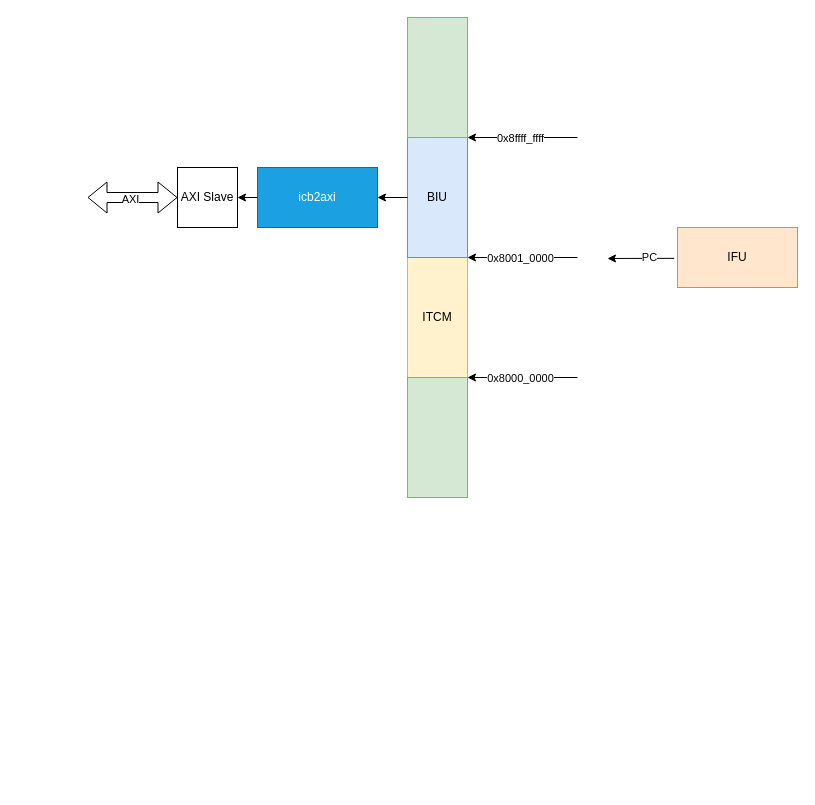
ZPNMiaoHeng/drawioFolder keeps this draw.io diagram as page "第 6 页" (6 of 6) of 五级流水.drawio. Above is the earlier version. Source tidied: cells renumbered, new cells numbered last; positions are measured from the earlier drawing's top-left corner, leaving out a move shared by most shapes. Both pictures are drawn from the tidied source at 100%, with x=0, y=0 at pixel (87, 17).
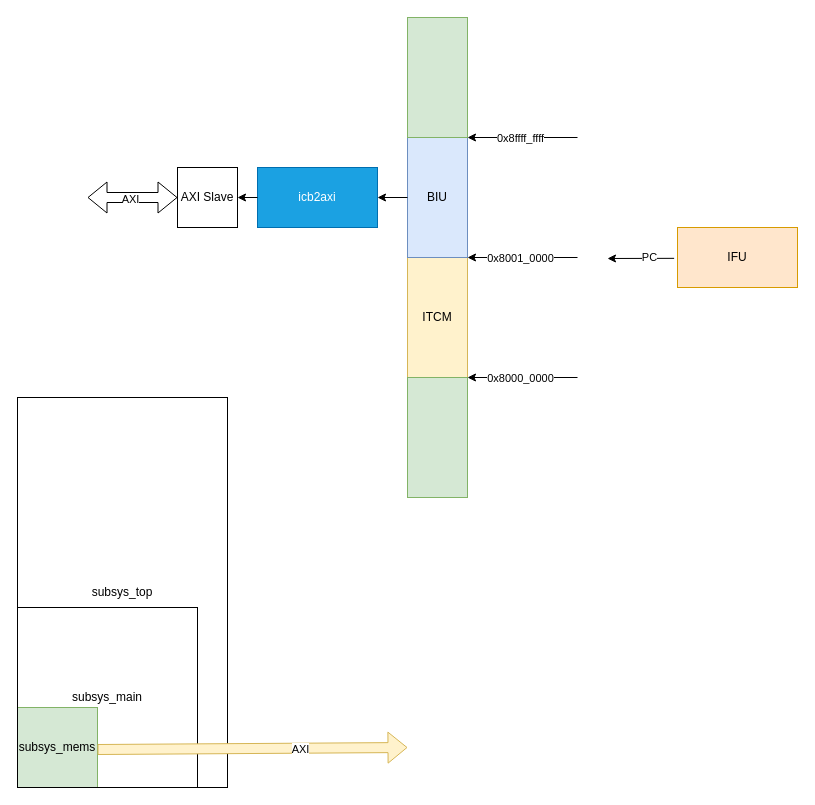
The same diagram, later.

Commit message:
更新五级流水.drawio

Change to the diagram source:
```diff
@@
+    <mxCell id="21" value="subsys_mems" style="whiteSpace=wrap;html=1;fillColor=#d5e8d4;strokeColor=#82b366;" parent="1" vertex="1">
+      <mxGeometry x="-70" y="690" width="80" height="80" as="geometry" />
+    </mxCell>
+    <mxCell id="22" value="subsys_main" style="whiteSpace=wrap;html=1;gradientColor=default;fillColor=none;" parent="1" vertex="1">
+      <mxGeometry x="-70" y="590" width="180" height="180" as="geometry" />
+    </mxCell>
+    <mxCell id="23" value="subsys_top" style="whiteSpace=wrap;html=1;gradientColor=default;fillColor=none;" parent="1" vertex="1">
+      <mxGeometry x="-70" y="380" width="210" height="390" as="geometry" />
+    </mxCell>
+    <mxCell id="24" style="shape=flexArrow;endArrow=classic;html=1;rounded=0;fillColor=#fff2cc;strokeColor=#d6b656;" parent="1" edge="1">
+      <mxGeometry relative="1" as="geometry">
+        <mxPoint x="10" y="732" as="sourcePoint" />
+        <mxPoint x="320" y="730" as="targetPoint" />
+      </mxGeometry>
+    </mxCell>
+    <mxCell id="25" value="AXI" style="edgeLabel;html=1;align=center;verticalAlign=middle;" parent="24" vertex="1">
+      <mxGeometry x="0.3" y="-1" relative="1" as="geometry" />
+    </mxCell>
```
